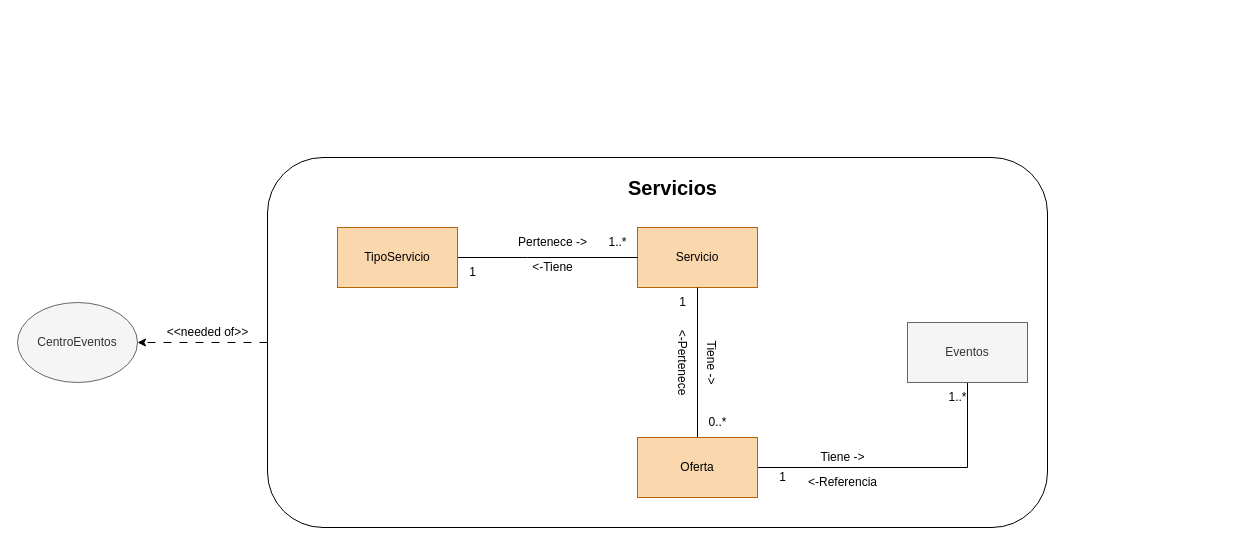
cristianospina/DOO keeps this draw.io diagram as page "4.5 Servicios-ModeloDominioAcotado" (8 of 16) of SpaOnline/ModeloDominioSpa.drawio. Above is the earlier version. Source tidied: cells renumbered, new cells numbered last; positions are measured from the earlier drawing's top-left corner, leaving out a move shared by most shapes. Both pictures are drawn from the tidied source at 100%, with x=0, y=0 at pixel (17, 157).
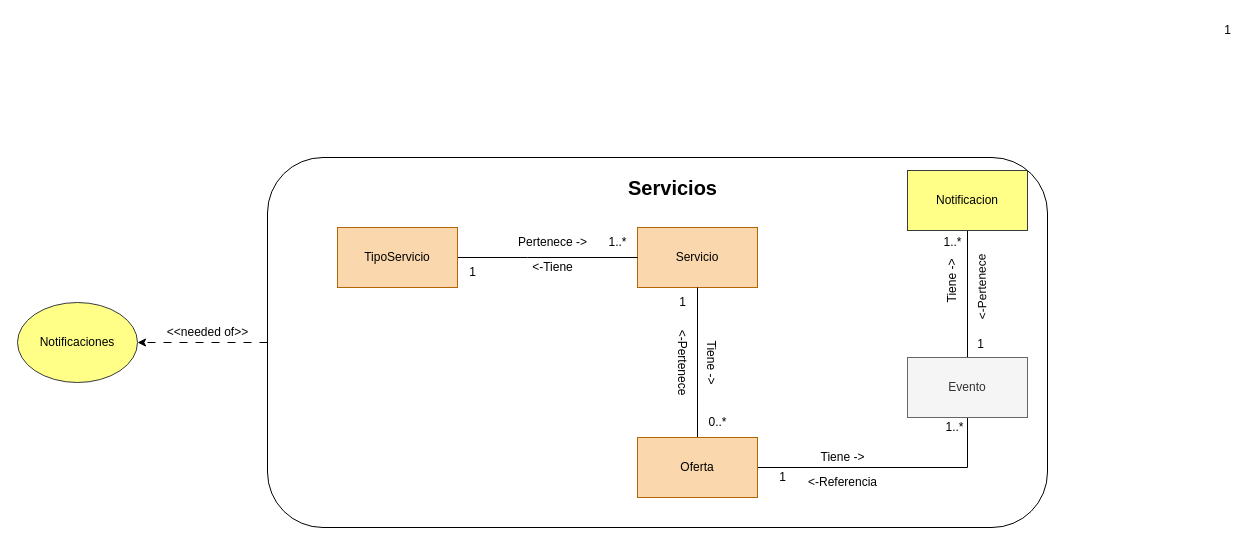
The same page after the edit.

The edit, as a diff of the source:
```diff
@@
-    <mxCell id="19" value="CentroEventos" style="ellipse;whiteSpace=wrap;html=1;fillColor=#f5f5f5;strokeColor=#666666;fontColor=#333333;" parent="1" vertex="1">
+    <mxCell id="19" value="Notificaciones" style="ellipse;whiteSpace=wrap;html=1;fillColor=#ffff88;strokeColor=#36393d;" parent="1" vertex="1">
       <mxGeometry y="145" width="120" height="80" as="geometry" />
     </mxCell>
@@
+    <mxCell id="26" style="edgeStyle=orthogonalEdgeStyle;rounded=0;jettySize=auto;html=1;endArrow=none;endFill=0;" parent="1" edge="1" source="21" target="27">
+      <mxGeometry relative="1" as="geometry" />
+    </mxCell>
-    <mxCell id="21" value="Eventos" style="rounded=0;whiteSpace=wrap;html=1;fillColor=#f5f5f5;strokeColor=#666666;fontColor=#333333;" parent="1" vertex="1">
-      <mxGeometry x="890" y="165" width="120" height="60" as="geometry" />
+    <mxCell id="21" value="Evento" style="rounded=0;whiteSpace=wrap;html=1;fillColor=#f5f5f5;strokeColor=#666666;fontColor=#333333;" parent="1" vertex="1">
+      <mxGeometry x="890" y="200" width="120" height="60" as="geometry" />
     </mxCell>
@@
     <mxCell id="25" value="1..*" style="text;html=1;align=center;verticalAlign=middle;strokeColor=none;fillColor=none;" parent="1" vertex="1">
-      <mxGeometry x="920" y="225" width="40" height="30" as="geometry" />
+      <mxGeometry x="917" y="255" width="40" height="30" as="geometry" />
     </mxCell>
+    <mxCell id="27" value="Notificacion" style="rounded=0;whiteSpace=wrap;html=1;fillColor=#ffff88;strokeColor=#36393d;" parent="1" vertex="1">
+      <mxGeometry x="890" y="13" width="120" height="60" as="geometry" />
+    </mxCell>
+    <mxCell id="28" value="1..*" style="text;html=1;align=center;verticalAlign=middle;strokeColor=none;fillColor=none;" parent="1" vertex="1">
+      <mxGeometry x="917" y="72" width="36" height="26" as="geometry" />
+    </mxCell>
+    <mxCell id="29" value="1" style="text;html=1;align=center;verticalAlign=middle;strokeColor=none;fillColor=none;" parent="1" vertex="1">
+      <mxGeometry x="950" y="174" width="25" height="26" as="geometry" />
+    </mxCell>
+    <mxCell id="30" value="Tiene -&amp;gt;" style="text;html=1;align=center;verticalAlign=middle;rotation=-90;fillColor=none;" parent="1" vertex="1">
+      <mxGeometry x="900" y="109" width="70" height="30" as="geometry" />
+    </mxCell>
+    <mxCell id="31" value="&amp;lt;-Pertenece" style="text;html=1;align=center;verticalAlign=middle;rotation=-91;fillColor=none;" parent="1" vertex="1">
+      <mxGeometry x="920" y="115" width="90" height="30" as="geometry" />
+    </mxCell>
+    <mxCell id="32" value="1" style="text;html=1;align=center;verticalAlign=middle;strokeColor=none;fillColor=none;" parent="1" vertex="1">
+      <mxGeometry x="1197" y="-140" width="25" height="26" as="geometry" />
+    </mxCell>
```
